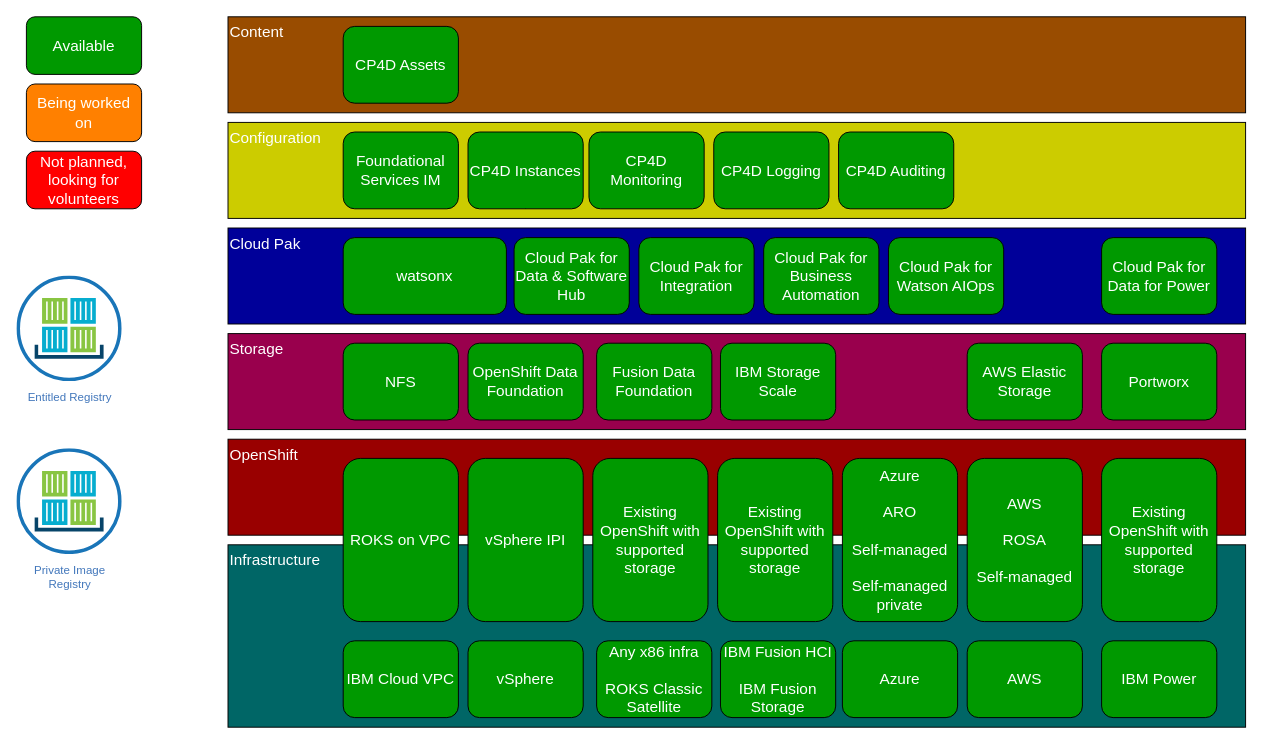
The draw.io diagram docs/src/01-introduction/images/cp-deploy-current-state.drawio in IBM/cloud-pak-deployer, before the edit. Source tidied: cells renumbered, new cells numbered last; positions are measured from the earlier drawing's top-left corner, leaving out a move shared by most shapes. Both pictures are drawn from the tidied source at 96%, with x=0, y=0 at pixel (16, 16).
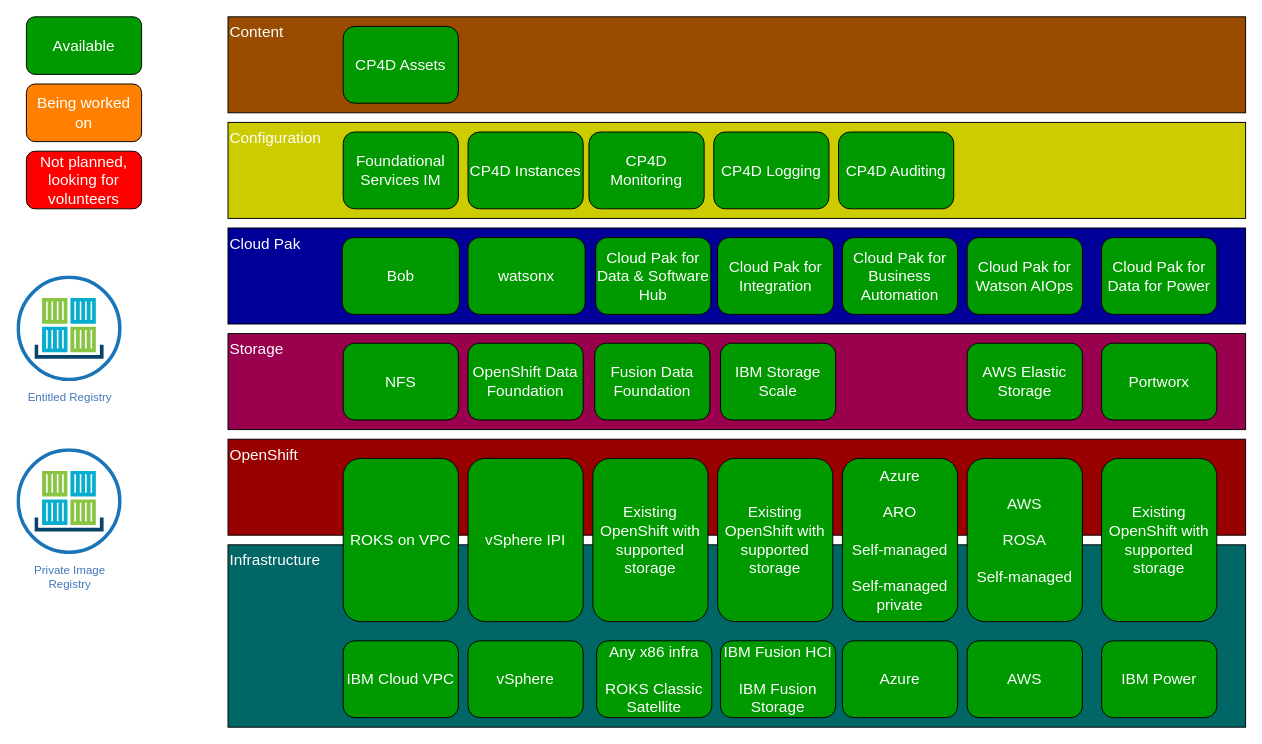
The same diagram, later.

Commit message (it also covers changes not shown here):
Updated supported components diagram

What changed in the source:
```diff
@@
     <mxCell id="12" value="Cloud Pak for Data &amp;amp; Software Hub" style="rounded=1;whiteSpace=wrap;html=1;fontSize=16;fontColor=#FFFFFF;fillColor=#009900;align=center;verticalAlign=middle;" parent="1" vertex="1">
-      <mxGeometry x="518" y="230" width="120" height="80" as="geometry" />
+      <mxGeometry x="603" y="230" width="120" height="80" as="geometry" />
     </mxCell>
@@
+    <mxCell id="52" value="Bob" style="rounded=1;whiteSpace=wrap;html=1;fontSize=16;fontColor=#FFFFFF;fillColor=#009900;align=center;verticalAlign=middle;" parent="1" vertex="1">
+      <mxGeometry x="339" y="230" width="122" height="80" as="geometry" />
+    </mxCell>
@@
     <mxCell id="38" value="Fusion Data Foundation" style="rounded=1;whiteSpace=wrap;html=1;fontSize=16;fontColor=#FFFFFF;fillColor=#009900;align=center;verticalAlign=middle;" parent="32" vertex="1">
-      <mxGeometry x="604" y="340" width="120" height="80" as="geometry" />
+      <mxGeometry x="602" y="340" width="120" height="80" as="geometry" />
     </mxCell>
@@
     <mxCell id="40" value="watsonx" style="rounded=1;whiteSpace=wrap;html=1;fontSize=16;fontColor=#FFFFFF;fillColor=#009900;align=center;verticalAlign=middle;" parent="39" vertex="1">
-      <mxGeometry x="340" y="230" width="170" height="80" as="geometry" />
+      <mxGeometry x="470" y="230" width="122" height="80" as="geometry" />
     </mxCell>
     <mxCell id="41" value="Cloud Pak for Integration" style="rounded=1;whiteSpace=wrap;html=1;fontSize=16;fontColor=#FFFFFF;fillColor=#009900;align=center;verticalAlign=middle;" parent="39" vertex="1">
-      <mxGeometry x="648" y="230" width="120" height="80" as="geometry" />
+      <mxGeometry x="730" y="230" width="121" height="80" as="geometry" />
     </mxCell>
     <mxCell id="42" value="Cloud Pak for Business Automation" style="rounded=1;whiteSpace=wrap;html=1;fontSize=16;fontColor=#FFFFFF;fillColor=#009900;align=center;verticalAlign=middle;" parent="39" vertex="1">
-      <mxGeometry x="778" y="230" width="120" height="80" as="geometry" />
+      <mxGeometry x="860" y="230" width="120" height="80" as="geometry" />
     </mxCell>
     <mxCell id="43" value="Cloud Pak for Watson AIOps" style="rounded=1;whiteSpace=wrap;html=1;fontSize=16;fontColor=#FFFFFF;fillColor=#009900;align=center;verticalAlign=middle;" parent="39" vertex="1">
-      <mxGeometry x="908" y="230" width="120" height="80" as="geometry" />
+      <mxGeometry x="990" y="230" width="120" height="80" as="geometry" />
     </mxCell>
```
